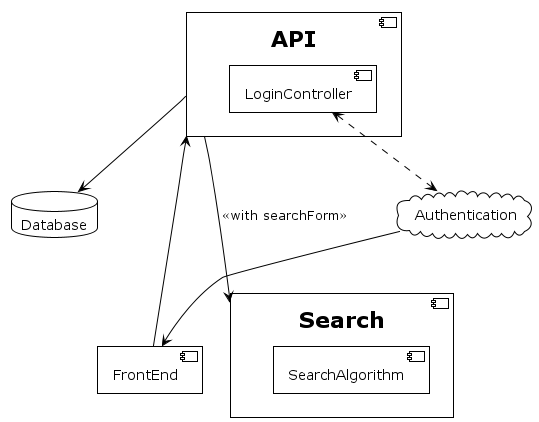
Earlier version of the PlantUML export Documentation/UML/Handmade UML/subsystem_decomp_new.png (ahja-itu/BDSA2021-FinalProject).
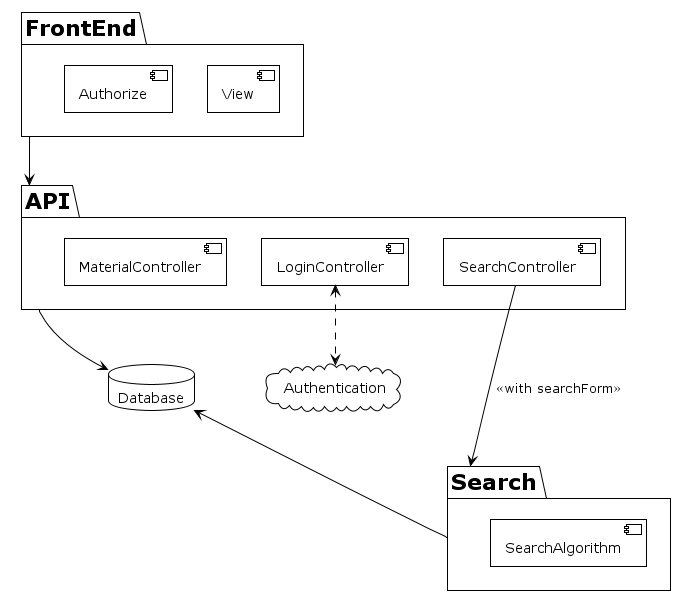
After the commit.

Commit message:
Update subsystem decomp figure

The edit, as a diff of the source:
```diff
@@ -2,20 +2,28 @@
 !theme plain
 
 database "Database" as DB
-component API {
+cloud Authentication
+
+package API {
     component LoginController
+    component SearchController
+    component MaterialController
 }
-component Search {
+package Search {
     component SearchAlgorithm
 }
-cloud Authentication
-component FrontEnd
 
-FrontEnd -u-> API
-API -d--> Search : <<with searchForm>>
+package FrontEnd {
+    component View
+    component Authorize
+}
+
+FrontEnd -d-> API
+SearchController -d--> Search : <<with searchForm>>
+
+Search -l-> DB
 
 LoginController <..> Authentication
-Authentication --> FrontEnd
 
 API -d-> DB
 
```
